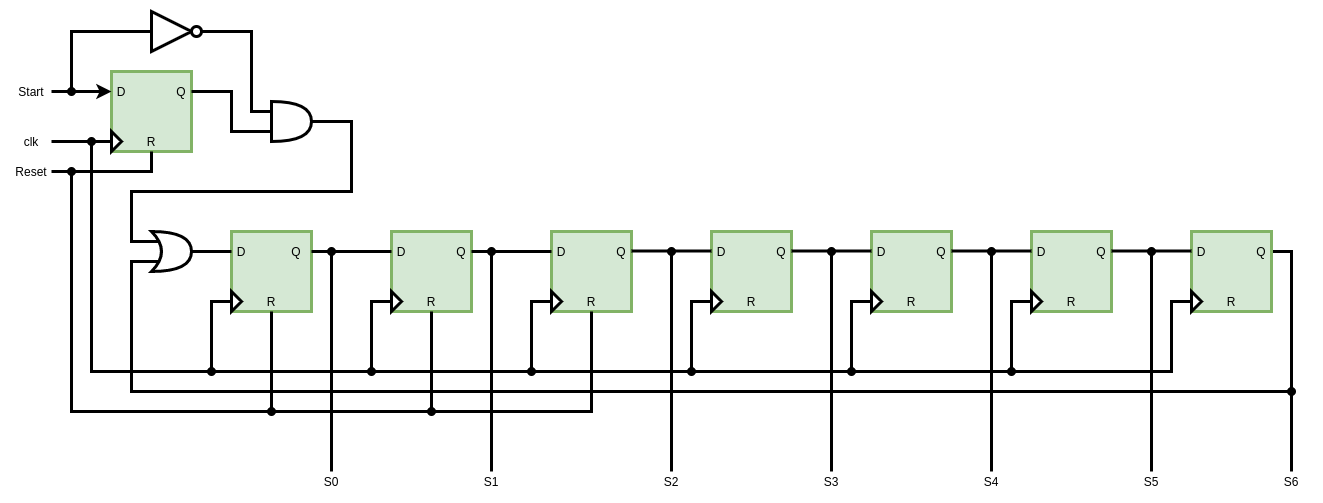
Earlier version of the draw.io export other/seven_state_sm.png (dma-neves/dcpu). Source tidied: cells renumbered, new cells last; positions are measured from the earlier drawing's top-left corner, leaving out a move shared by most shapes.
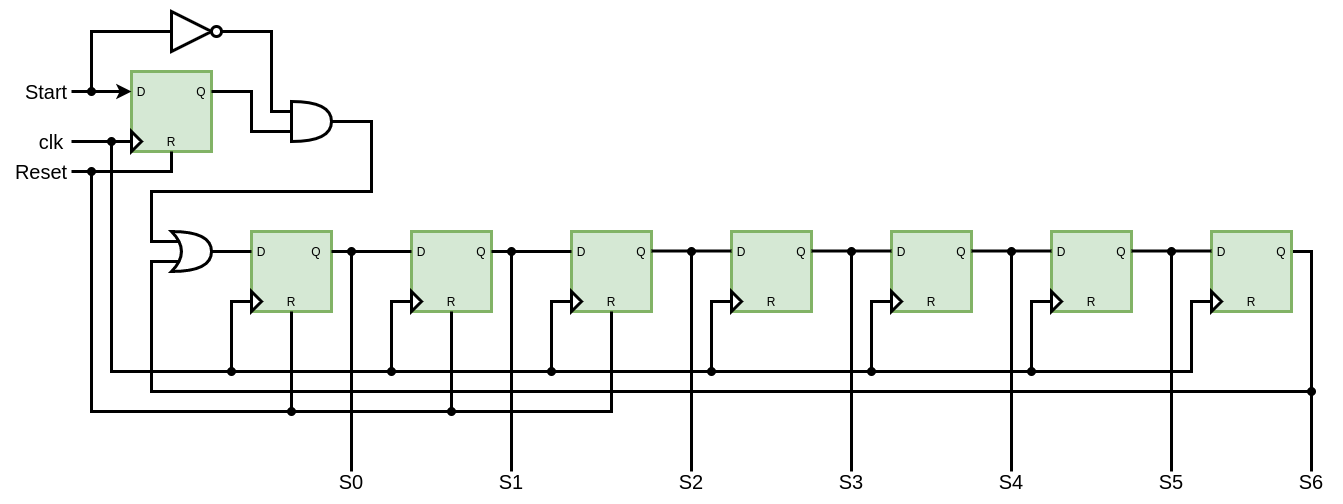
After the commit.

What changed in the source:
```diff
@@ -26,8 +26,8 @@
     <mxCell id="9" value="Q" style="text;html=1;strokeColor=none;fillColor=none;align=center;verticalAlign=middle;whiteSpace=wrap;rounded=0;strokeWidth=3;" parent="1" vertex="1">
       <mxGeometry x="430" y="230" width="40" height="20" as="geometry" />
     </mxCell>
-    <mxCell id="10" value="Start" style="text;html=1;strokeColor=none;fillColor=none;align=center;verticalAlign=middle;whiteSpace=wrap;rounded=0;strokeWidth=3;" parent="1" vertex="1">
-      <mxGeometry y="70" width="40" height="20" as="geometry" />
+    <mxCell id="10" value="Start" style="text;html=1;strokeColor=none;fillColor=none;align=center;verticalAlign=middle;whiteSpace=wrap;rounded=0;strokeWidth=3;fontSize=20;" parent="1" vertex="1">
+      <mxGeometry x="-10" y="70" width="50" height="20" as="geometry" />
     </mxCell>
     <mxCell id="11" value="R" style="text;html=1;strokeColor=none;fillColor=none;align=center;verticalAlign=middle;whiteSpace=wrap;rounded=0;strokeWidth=3;" parent="1" vertex="1">
       <mxGeometry x="240" y="280" width="40" height="20" as="geometry" />
@@ -35,8 +35,8 @@
     <mxCell id="12" value="R" style="text;html=1;strokeColor=none;fillColor=none;align=center;verticalAlign=middle;whiteSpace=wrap;rounded=0;strokeWidth=3;" parent="1" vertex="1">
       <mxGeometry x="400" y="280" width="40" height="20" as="geometry" />
     </mxCell>
-    <mxCell id="13" value="Reset" style="text;html=1;strokeColor=none;fillColor=none;align=center;verticalAlign=middle;whiteSpace=wrap;rounded=0;strokeWidth=3;" parent="1" vertex="1">
-      <mxGeometry y="150" width="40" height="20" as="geometry" />
+    <mxCell id="13" value="Reset" style="text;html=1;strokeColor=none;fillColor=none;align=center;verticalAlign=middle;whiteSpace=wrap;rounded=0;strokeWidth=3;fontSize=20;" parent="1" vertex="1">
+      <mxGeometry x="-20" y="150" width="60" height="20" as="geometry" />
     </mxCell>
     <mxCell id="14" style="endArrow=none;html=1;entryX=0.5;entryY=1;entryDx=0;entryDy=0;rounded=0;startArrow=oval;startFill=1;strokeWidth=3;" parent="1" edge="1" target="11">
       <mxGeometry relative="1" as="geometry">
@@ -55,7 +55,7 @@
         </Array>
       </mxGeometry>
     </mxCell>
-    <mxCell id="16" value="clk" style="text;html=1;strokeColor=none;fillColor=none;align=center;verticalAlign=middle;whiteSpace=wrap;rounded=0;strokeWidth=3;" parent="1" vertex="1">
+    <mxCell id="16" value="clk" style="text;html=1;strokeColor=none;fillColor=none;align=center;verticalAlign=middle;whiteSpace=wrap;rounded=0;strokeWidth=3;fontSize=20;" parent="1" vertex="1">
       <mxGeometry y="120" width="40" height="20" as="geometry" />
     </mxCell>
     <mxCell id="17" style="endArrow=none;html=1;entryX=0;entryY=0.5;entryDx=0;entryDy=0;rounded=0;startArrow=oval;startFill=1;strokeWidth=3;" parent="1" edge="1" target="6">
@@ -102,10 +102,10 @@
         <mxPoint x="480" y="240" as="sourcePoint" />
       </mxGeometry>
     </mxCell>
-    <mxCell id="25" value="S0" style="text;html=1;strokeColor=none;fillColor=none;align=center;verticalAlign=middle;whiteSpace=wrap;rounded=0;strokeWidth=3;" parent="1" vertex="1">
+    <mxCell id="25" value="S0" style="text;html=1;strokeColor=none;fillColor=none;align=center;verticalAlign=middle;whiteSpace=wrap;rounded=0;strokeWidth=3;fontSize=20;" parent="1" vertex="1">
       <mxGeometry x="300" y="460" width="40" height="20" as="geometry" />
     </mxCell>
-    <mxCell id="26" value="S1" style="text;html=1;strokeColor=none;fillColor=none;align=center;verticalAlign=middle;whiteSpace=wrap;rounded=0;strokeWidth=3;" parent="1" vertex="1">
+    <mxCell id="26" value="S1" style="text;html=1;strokeColor=none;fillColor=none;align=center;verticalAlign=middle;whiteSpace=wrap;rounded=0;strokeWidth=3;fontSize=20;" parent="1" vertex="1">
       <mxGeometry x="460" y="460" width="40" height="20" as="geometry" />
     </mxCell>
     <mxCell id="27" style="rounded=0;whiteSpace=wrap;html=1;fillColor=#d5e8d4;strokeColor=#82b366;strokeWidth=3;" parent="1" vertex="1">
@@ -271,7 +271,7 @@
         <mxPoint x="660" y="240" as="sourcePoint" />
       </mxGeometry>
     </mxCell>
-    <mxCell id="64" value="S2" style="text;html=1;strokeColor=none;fillColor=none;align=center;verticalAlign=middle;whiteSpace=wrap;rounded=0;strokeWidth=3;" parent="1" vertex="1">
+    <mxCell id="64" value="S2" style="text;html=1;strokeColor=none;fillColor=none;align=center;verticalAlign=middle;whiteSpace=wrap;rounded=0;strokeWidth=3;fontSize=20;" parent="1" vertex="1">
       <mxGeometry x="640" y="460" width="40" height="20" as="geometry" />
     </mxCell>
     <mxCell id="65" style="endArrow=none;html=1;strokeColor=#000000;startArrow=oval;startFill=1;entryX=0.5;entryY=0;entryDx=0;entryDy=0;strokeWidth=3;" parent="1" edge="1" target="66">
@@ -279,7 +279,7 @@
         <mxPoint x="820" y="240" as="sourcePoint" />
       </mxGeometry>
     </mxCell>
-    <mxCell id="66" value="S3" style="text;html=1;strokeColor=none;fillColor=none;align=center;verticalAlign=middle;whiteSpace=wrap;rounded=0;strokeWidth=3;" parent="1" vertex="1">
+    <mxCell id="66" value="S3" style="text;html=1;strokeColor=none;fillColor=none;align=center;verticalAlign=middle;whiteSpace=wrap;rounded=0;strokeWidth=3;fontSize=20;" parent="1" vertex="1">
       <mxGeometry x="800" y="460" width="40" height="20" as="geometry" />
     </mxCell>
     <mxCell id="67" style="endArrow=none;html=1;strokeColor=#000000;startArrow=oval;startFill=1;entryX=0.5;entryY=0;entryDx=0;entryDy=0;strokeWidth=3;" parent="1" edge="1" target="68">
@@ -287,7 +287,7 @@
         <mxPoint x="980" y="240" as="sourcePoint" />
       </mxGeometry>
     </mxCell>
-    <mxCell id="68" value="S4" style="text;html=1;strokeColor=none;fillColor=none;align=center;verticalAlign=middle;whiteSpace=wrap;rounded=0;strokeWidth=3;" parent="1" vertex="1">
+    <mxCell id="68" value="S4" style="text;html=1;strokeColor=none;fillColor=none;align=center;verticalAlign=middle;whiteSpace=wrap;rounded=0;strokeWidth=3;fontSize=20;" parent="1" vertex="1">
       <mxGeometry x="960" y="460" width="40" height="20" as="geometry" />
     </mxCell>
     <mxCell id="69" style="endArrow=none;html=1;strokeColor=#000000;startArrow=oval;startFill=1;entryX=0.5;entryY=0;entryDx=0;entryDy=0;strokeWidth=3;" parent="1" edge="1" target="70">
@@ -295,7 +295,7 @@
         <mxPoint x="1140" y="240" as="sourcePoint" />
       </mxGeometry>
     </mxCell>
-    <mxCell id="70" value="S5" style="text;html=1;strokeColor=none;fillColor=none;align=center;verticalAlign=middle;whiteSpace=wrap;rounded=0;strokeWidth=3;" parent="1" vertex="1">
+    <mxCell id="70" value="S5" style="text;html=1;strokeColor=none;fillColor=none;align=center;verticalAlign=middle;whiteSpace=wrap;rounded=0;strokeWidth=3;fontSize=20;" parent="1" vertex="1">
       <mxGeometry x="1120" y="460" width="40" height="20" as="geometry" />
     </mxCell>
     <mxCell id="71" style="endArrow=none;html=1;strokeColor=#000000;startArrow=oval;startFill=1;entryX=0.5;entryY=0;entryDx=0;entryDy=0;strokeWidth=3;" parent="1" edge="1" target="72">
@@ -303,7 +303,7 @@
         <mxPoint x="1280" y="380" as="sourcePoint" />
       </mxGeometry>
     </mxCell>
-    <mxCell id="72" value="S6" style="text;html=1;strokeColor=none;fillColor=none;align=center;verticalAlign=middle;whiteSpace=wrap;rounded=0;strokeWidth=3;" parent="1" vertex="1">
+    <mxCell id="72" value="S6" style="text;html=1;strokeColor=none;fillColor=none;align=center;verticalAlign=middle;whiteSpace=wrap;rounded=0;strokeWidth=3;fontSize=20;" parent="1" vertex="1">
       <mxGeometry x="1260" y="460" width="40" height="20" as="geometry" />
     </mxCell>
     <mxCell id="73" style="rounded=0;whiteSpace=wrap;html=1;fillColor=#d5e8d4;strokeColor=#82b366;strokeWidth=3;" parent="1" vertex="1">
```
